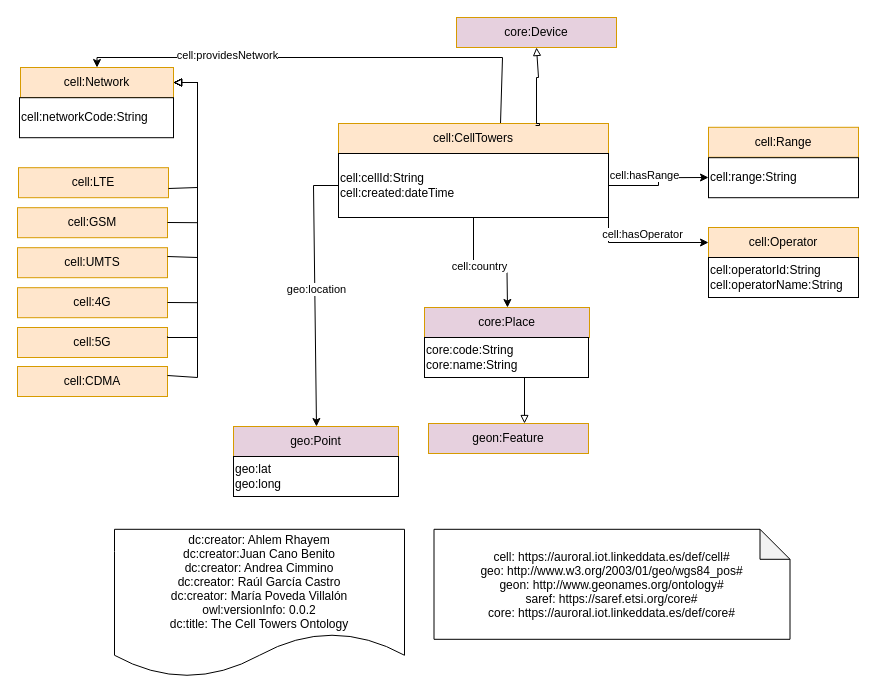
The draw.io diagram Diagram/cell-Towers.drawio in oeg-upm/auroral-cellTower, before the edit. Source tidied: cells renumbered, new cells numbered last; positions are measured from the earlier drawing's top-left corner, leaving out a move shared by most shapes. Both pictures are drawn from the tidied source at 100%, with x=0, y=0 at pixel (17, 17).
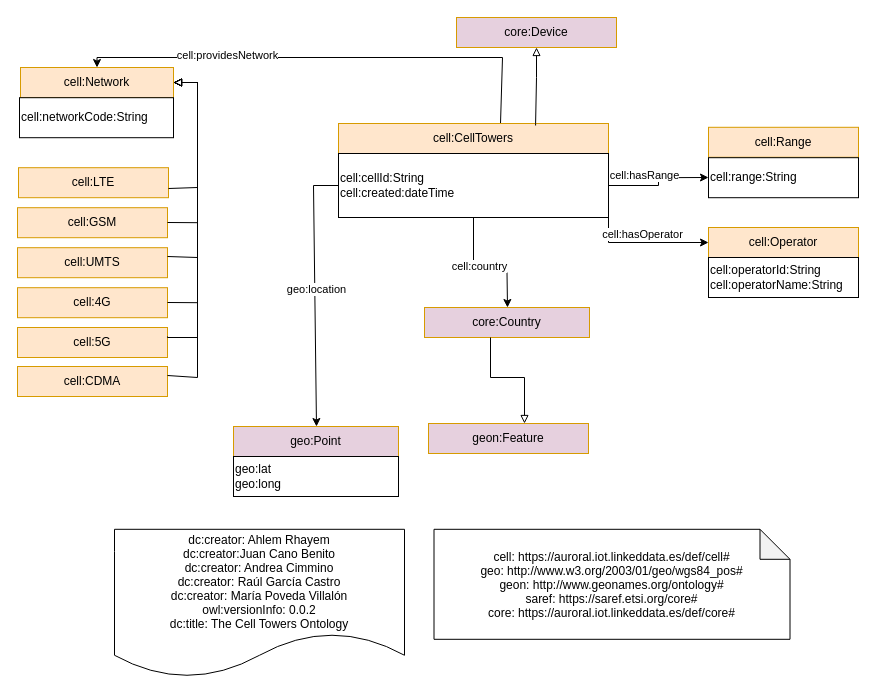
After the change.

The change refers to these unchanged cells:
```xml
<mxCell id="6" value="cell:CellTowers" style="rounded=0;whiteSpace=wrap;html=1;snapToPoint=1;points=[[0.1,0],[0.2,0],[0.3,0],[0.4,0],[0.5,0],[0.6,0],[0.7,0],[0.8,0],[0.9,0],[0,0.1],[0,0.3],[0,0.5],[0,0.7],[0,0.9],[0.1,1],[0.2,1],[0.3,1],[0.4,1],[0.5,1],[0.6,1],[0.7,1],[0.8,1],[0.9,1],[1,0.1],[1,0.3],[1,0.5],[1,0.7],[1,0.9]];fillColor=#ffe6cc;strokeColor=#d79b00;shadow=0;" parent="1" vertex="1">
  <mxGeometry x="321" y="106" width="270" height="30" as="geometry" />
</mxCell>
<mxCell id="14" value="core:Device" style="rounded=0;whiteSpace=wrap;html=1;snapToPoint=1;points=[[0.1,0],[0.2,0],[0.3,0],[0.4,0],[0.5,0],[0.6,0],[0.7,0],[0.8,0],[0.9,0],[0,0.1],[0,0.3],[0,0.5],[0,0.7],[0,0.9],[0.1,1],[0.2,1],[0.3,1],[0.4,1],[0.5,1],[0.6,1],[0.7,1],[0.8,1],[0.9,1],[1,0.1],[1,0.3],[1,0.5],[1,0.7],[1,0.9]];fillColor=#E6D0DE;strokeColor=#d79b00;shadow=0;" parent="1" vertex="1">
  <mxGeometry x="439" width="160" height="30" as="geometry" />
</mxCell>
```

What changed in the source:
```diff
@@
-    <mxCell id="16" value="core:Place" style="rounded=0;whiteSpace=wrap;html=1;snapToPoint=1;points=[[0.1,0],[0.2,0],[0.3,0],[0.4,0],[0.5,0],[0.6,0],[0.7,0],[0.8,0],[0.9,0],[0,0.1],[0,0.3],[0,0.5],[0,0.7],[0,0.9],[0.1,1],[0.2,1],[0.3,1],[0.4,1],[0.5,1],[0.6,1],[0.7,1],[0.8,1],[0.9,1],[1,0.1],[1,0.3],[1,0.5],[1,0.7],[1,0.9]];fillColor=#E6D0DE;strokeColor=#d79b00;shadow=0;" parent="1" vertex="1">
+    <mxCell id="16" value="core:Country" style="rounded=0;whiteSpace=wrap;html=1;snapToPoint=1;points=[[0.1,0],[0.2,0],[0.3,0],[0.4,0],[0.5,0],[0.6,0],[0.7,0],[0.8,0],[0.9,0],[0,0.1],[0,0.3],[0,0.5],[0,0.7],[0,0.9],[0.1,1],[0.2,1],[0.3,1],[0.4,1],[0.5,1],[0.6,1],[0.7,1],[0.8,1],[0.9,1],[1,0.1],[1,0.3],[1,0.5],[1,0.7],[1,0.9]];fillColor=#E6D0DE;strokeColor=#d79b00;shadow=0;" parent="1" vertex="1">
       <mxGeometry x="407" y="290" width="165" height="30" as="geometry" />
     </mxCell>
     <mxCell id="17" style="edgeStyle=orthogonalEdgeStyle;rounded=0;jettySize=auto;html=1;fontSize=11;endArrow=block;endFill=0;exitX=0.73;exitY=0.067;exitDx=0;exitDy=0;exitPerimeter=0;" parent="1" edge="1" source="6" target="14">
       <mxGeometry relative="1" as="geometry">
         <Array as="points">
-          <mxPoint x="522" y="108" />
-          <mxPoint x="522" y="106" />
-          <mxPoint x="519" y="106" />
+          <mxPoint x="518" y="106" />
           <mxPoint x="519" y="60" />
           <mxPoint x="521" y="60" />
         </Array>
       </mxGeometry>
     </mxCell>
@@
-    <mxCell id="29" value="&lt;span&gt;core:code:String&lt;br&gt;core:name:String&lt;br&gt;&lt;/span&gt;" style="rounded=0;whiteSpace=wrap;html=1;align=left;" parent="1" vertex="1">
-      <mxGeometry x="407" y="320" width="164" height="40" as="geometry" />
-    </mxCell>
```
